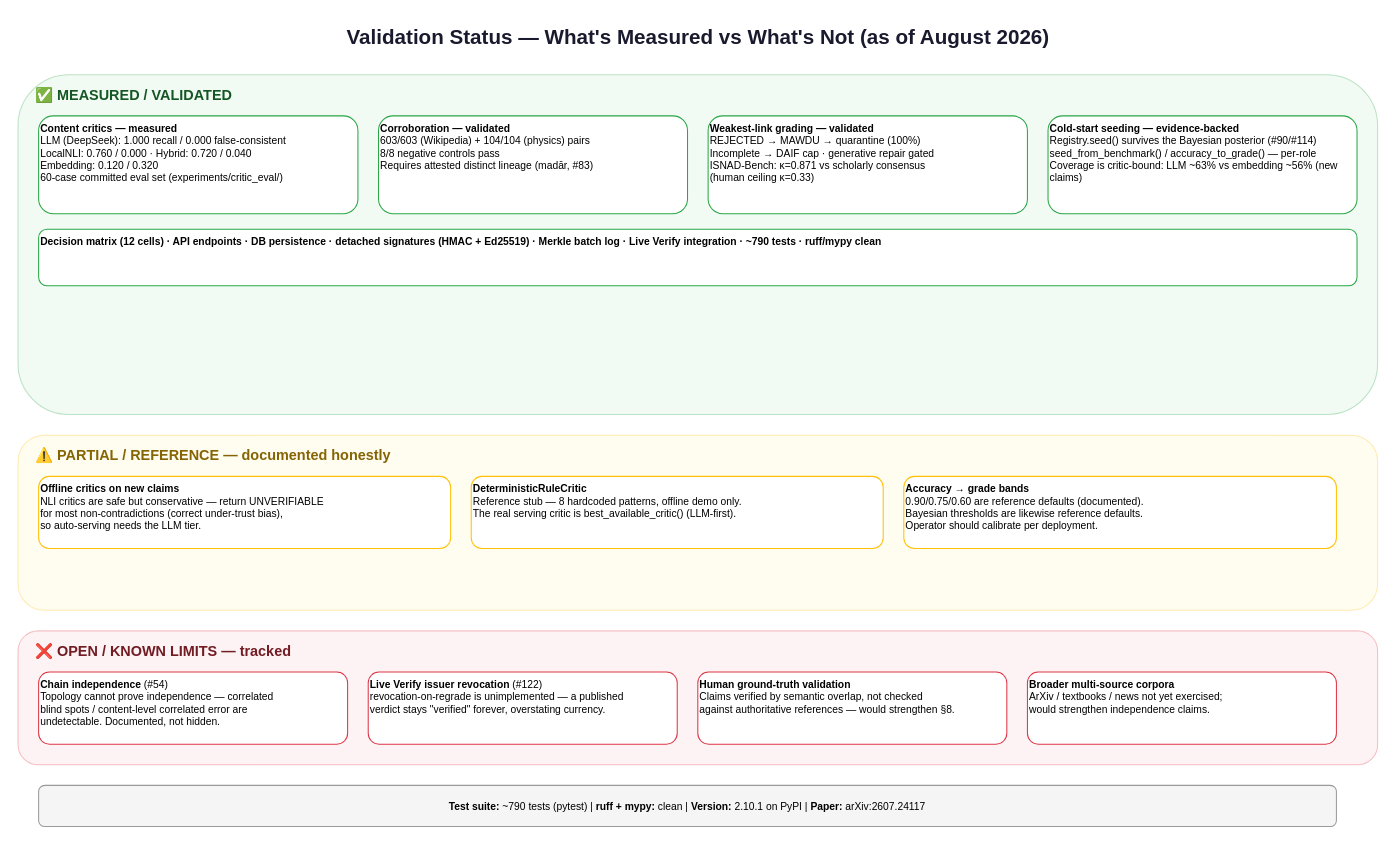
This is page "3. Validation Matrix" (3 of 3) of docs/ARCHITECTURE.drawio from alizahidraja/isnad, a draw.io file, before an edit. Source tidied: cells renumbered, new cells numbered last; positions are measured from the earlier drawing's top-left corner, leaving out a move shared by most shapes. Both pictures are drawn from the tidied source at 103%, with x=0, y=0 at pixel (18, 18).
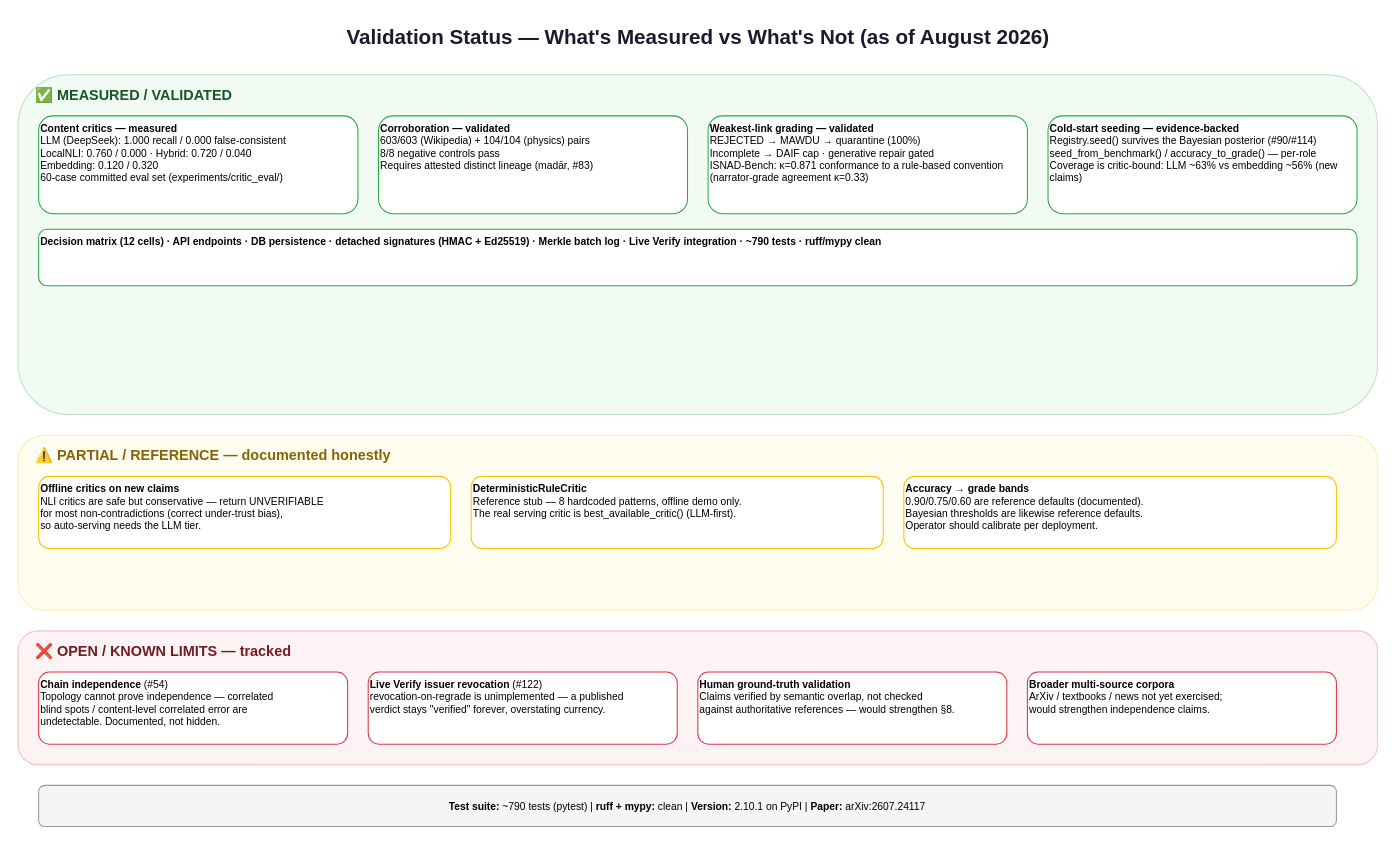
Above is the later version.

The edit, as a diff of the source:
```diff
@@
-    <mxCell id="7" value="&lt;b&gt;Weakest-link grading — validated&lt;/b&gt;&lt;br&gt;REJECTED → MAWDU → quarantine (100%)&lt;br&gt;Incomplete → DAIF cap · generative repair gated&lt;br&gt;ISNAD-Bench: κ=0.871 vs scholarly consensus&lt;br&gt;(human ceiling κ=0.33)" style="rounded=1;whiteSpace=wrap;html=1;fillColor=#ffffff;strokeColor=#28a745;fontSize=10;align=left;verticalAlign=top;" parent="1" vertex="1">
+    <mxCell id="7" value="&lt;b&gt;Weakest-link grading — validated&lt;/b&gt;&lt;br&gt;REJECTED → MAWDU → quarantine (100%)&lt;br&gt;Incomplete → DAIF cap · generative repair gated&lt;br&gt;ISNAD-Bench: κ=0.871 conformance to a rule-based convention&lt;br&gt;(narrator-grade agreement κ=0.33)" style="rounded=1;whiteSpace=wrap;html=1;fillColor=#ffffff;strokeColor=#28a745;fontSize=10;align=left;verticalAlign=top;" parent="1" vertex="1">
       <mxGeometry x="670" y="95" width="310" height="95" as="geometry" />
     </mxCell>
```
